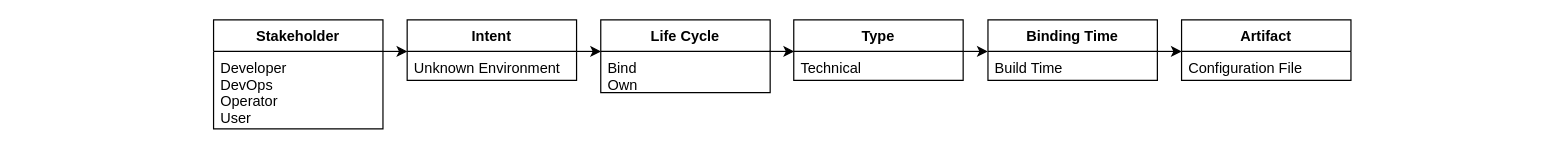
This is images/template.drawio from AI-4-SE/Dimensions-of-Software-Configuration, a draw.io file, before an edit. Source tidied: cells renumbered, new cells numbered last; positions are measured from the earlier drawing's top-left corner, leaving out a move shared by most shapes. Both pictures are drawn from the tidied source at 121%, with x=0, y=0 at pixel (19, 19).
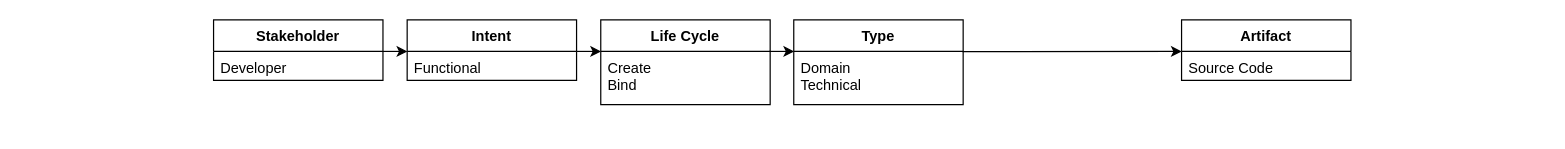
After the change.

Unchanged cells that the change refers to:
```xml
<mxCell id="5" value="Intent" style="swimlane;fontStyle=1;horizontal=1;startSize=26;fillColor=none;" parent="1" vertex="1">
  <mxGeometry x="320" width="140" height="50" as="geometry" />
</mxCell>
<mxCell id="10" value="Artifact" style="swimlane;fontStyle=1;horizontal=1;startSize=26;fillColor=none;" parent="1" vertex="1">
  <mxGeometry x="960" width="140" height="50" as="geometry" />
</mxCell>
```

The edit, as a diff of the source:
```diff
@@
     <mxCell id="3" value="Stakeholder" style="swimlane;fontStyle=1;horizontal=1;startSize=26;fillColor=none;" parent="1" vertex="1">
-      <mxGeometry x="160" width="140" height="90" as="geometry" />
+      <mxGeometry x="160" width="140" height="50" as="geometry" />
     </mxCell>
-    <mxCell id="4" value="Developer&#10;DevOps&#10;Operator&#10;User" style="text;strokeColor=none;fillColor=none;align=left;verticalAlign=top;spacingLeft=4;spacingRight=4;overflow=hidden;" parent="3" vertex="1">
-      <mxGeometry y="26" width="140" height="64" as="geometry" />
+    <mxCell id="4" value="Developer" style="text;strokeColor=none;fillColor=none;align=left;verticalAlign=top;spacingLeft=4;spacingRight=4;overflow=hidden;" parent="3" vertex="1">
+      <mxGeometry y="26" width="140" height="24" as="geometry" />
     </mxCell>
@@
-    <mxCell id="6" value="Unknown Environment" style="text;strokeColor=none;fillColor=none;align=left;verticalAlign=top;spacingLeft=4;spacingRight=4;overflow=hidden;" parent="5" vertex="1">
+    <mxCell id="6" value="Functional" style="text;strokeColor=none;fillColor=none;align=left;verticalAlign=top;spacingLeft=4;spacingRight=4;overflow=hidden;" parent="5" vertex="1">
       <mxGeometry y="26" width="140" height="24" as="geometry" />
     </mxCell>
-    <mxCell id="7" value="Binding Time" style="swimlane;fontStyle=1;horizontal=1;startSize=26;fillColor=none;" parent="1" vertex="1">
-      <mxGeometry x="800" width="140" height="50" as="geometry" />
-    </mxCell>
-    <mxCell id="8" value="Build Time" style="text;strokeColor=none;fillColor=none;align=left;verticalAlign=top;spacingLeft=4;spacingRight=4;overflow=hidden;" parent="7" vertex="1">
-      <mxGeometry y="26" width="140" height="24" as="geometry" />
-    </mxCell>
-    <mxCell id="9" style="edgeStyle=orthogonalEdgeStyle;rounded=0;orthogonalLoop=1;jettySize=auto;html=1;entryX=0;entryY=0.5;entryDx=0;entryDy=0;" parent="1" edge="1">
+    <mxCell id="9" style="edgeStyle=orthogonalEdgeStyle;rounded=0;jettySize=auto;html=1;entryX=0;entryY=0.5;entryDx=0;entryDy=0;exitX=0.996;exitY=0.003;exitDx=0;exitDy=0;exitPerimeter=0;" parent="1" edge="1" source="20">
       <mxGeometry relative="1" as="geometry">
-        <mxPoint x="940" y="26" as="sourcePoint" />
         <mxPoint x="960.2" y="26" as="targetPoint" />
+        <Array as="points">
+          <mxPoint x="820" y="26" />
+          <mxPoint x="820" y="26" />
+        </Array>
       </mxGeometry>
     </mxCell>
@@
-    <mxCell id="11" value="Configuration File" style="text;strokeColor=none;fillColor=none;align=left;verticalAlign=top;spacingLeft=4;spacingRight=4;overflow=hidden;" parent="10" vertex="1">
+    <mxCell id="11" value="Source Code" style="text;strokeColor=none;fillColor=none;align=left;verticalAlign=top;spacingLeft=4;spacingRight=4;overflow=hidden;" parent="10" vertex="1">
       <mxGeometry y="26" width="140" height="24" as="geometry" />
     </mxCell>
@@
     <mxCell id="13" value="Life Cycle" style="swimlane;fontStyle=1;horizontal=1;startSize=26;fillColor=none;" parent="1" vertex="1">
-      <mxGeometry x="480" width="140" height="60" as="geometry" />
+      <mxGeometry x="480" width="140" height="70" as="geometry" />
     </mxCell>
-    <mxCell id="14" value="Bind&#10;Own" style="text;strokeColor=none;fillColor=none;align=left;verticalAlign=top;spacingLeft=4;spacingRight=4;overflow=hidden;" parent="13" vertex="1">
-      <mxGeometry y="26" width="140" height="34" as="geometry" />
+    <mxCell id="14" value="Create&#10;Bind" style="text;strokeColor=none;fillColor=none;align=left;verticalAlign=top;spacingLeft=4;spacingRight=4;overflow=hidden;" parent="13" vertex="1">
+      <mxGeometry y="26" width="140" height="44" as="geometry" />
     </mxCell>
@@
     <mxCell id="19" value="Type" style="swimlane;fontStyle=1;horizontal=1;startSize=26;fillColor=none;" parent="1" vertex="1">
-      <mxGeometry x="639.5" width="140" height="50" as="geometry" />
+      <mxGeometry x="639.5" width="140" height="70" as="geometry" />
     </mxCell>
-    <mxCell id="20" value="Technical" style="text;strokeColor=none;fillColor=none;align=left;verticalAlign=top;spacingLeft=4;spacingRight=4;overflow=hidden;points=[[0,0.5],[1,0.5]];portConstraint=eastwest;" parent="19" vertex="1">
-      <mxGeometry y="26" width="140" height="24" as="geometry" />
+    <mxCell id="20" value="Domain&#10;Technical" style="text;strokeColor=none;fillColor=none;align=left;verticalAlign=top;spacingLeft=4;spacingRight=4;overflow=hidden;points=[[0,0.5],[1,0.5]];portConstraint=eastwest;" parent="19" vertex="1">
+      <mxGeometry y="26" width="140" height="44" as="geometry" />
     </mxCell>
-    <mxCell id="21" style="edgeStyle=orthogonalEdgeStyle;rounded=0;orthogonalLoop=1;jettySize=auto;html=1;entryX=0;entryY=0.5;entryDx=0;entryDy=0;" parent="1" edge="1">
-      <mxGeometry relative="1" as="geometry">
-        <mxPoint x="779.5" y="26" as="sourcePoint" />
-        <mxPoint x="799.9" y="26.1" as="targetPoint" />
-      </mxGeometry>
-    </mxCell>
```
